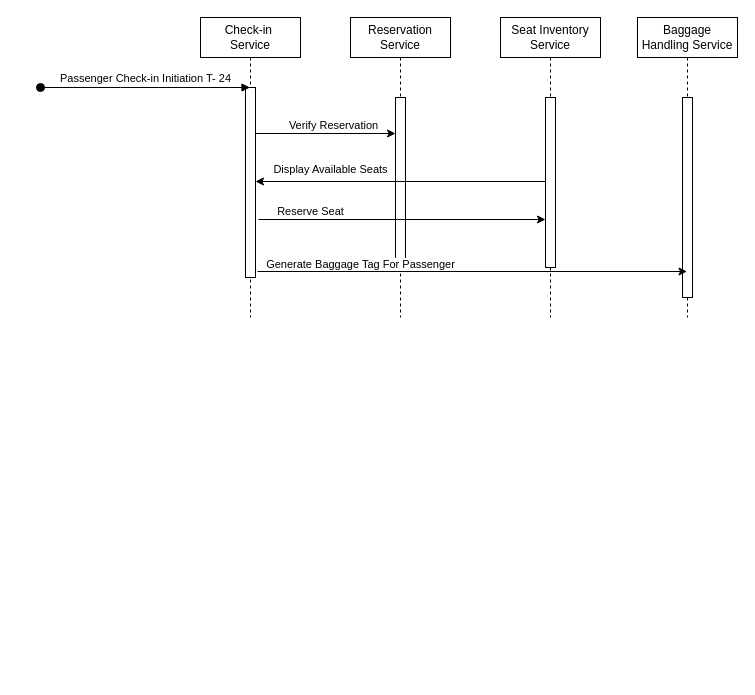
The draw.io diagram Untitled Diagram.drawio in OrcunColak/drawio, before the edit. Source tidied: cells renumbered, new cells numbered last; positions are measured from the earlier drawing's top-left corner, leaving out a move shared by most shapes. Both pictures are drawn from the tidied source at 100%, with x=0, y=0 at pixel (40, 17).
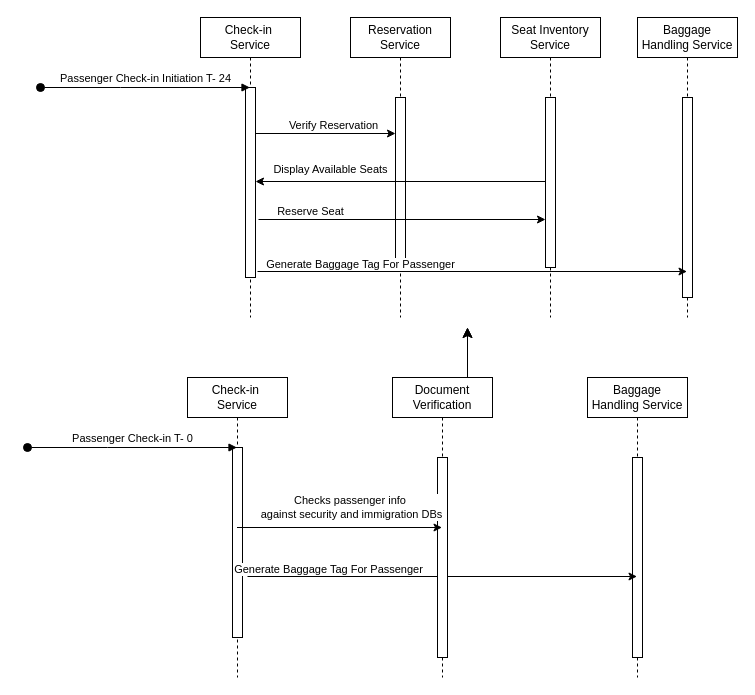
The same page after the edit.

Commit message:
Update Checkin Diagram

Change to the diagram source:
```diff
@@
+    <mxCell id="19" value="Check-in&amp;nbsp;&lt;div&gt;Service&lt;/div&gt;" style="shape=umlLifeline;perimeter=lifelinePerimeter;whiteSpace=wrap;html=1;outlineConnect=0;portConstraint=eastwest;newEdgeStyle={&quot;edgeStyle&quot;:&quot;elbowEdgeStyle&quot;,&quot;elbow&quot;:&quot;vertical&quot;,&quot;curved&quot;:0,&quot;rounded&quot;:0};" parent="1" vertex="1">
+      <mxGeometry x="147" y="360" width="100" height="300" as="geometry" />
+    </mxCell>
+    <mxCell id="20" style="html=1;perimeter=orthogonalPerimeter;targetShapes=umlLifeline;newEdgeStyle={&quot;edgeStyle&quot;:&quot;elbowEdgeStyle&quot;,&quot;elbow&quot;:&quot;vertical&quot;,&quot;curved&quot;:0,&quot;rounded&quot;:0};" parent="19" vertex="1">
+      <mxGeometry x="45" y="70" width="10" height="190" as="geometry" />
+    </mxCell>
+    <mxCell id="21" value="Passenger Check-in T- 0" style="html=1;verticalAlign=bottom;startArrow=oval;endArrow=block;startSize=8;edgeStyle=elbowEdgeStyle;elbow=vertical;curved=0;rounded=0;" parent="19" edge="1" target="19">
+      <mxGeometry relative="1" as="geometry">
+        <mxPoint x="-160" y="70" as="sourcePoint" />
+      </mxGeometry>
+    </mxCell>
+    <mxCell id="22" value="Baggage Handling Service" style="shape=umlLifeline;perimeter=lifelinePerimeter;whiteSpace=wrap;html=1;newEdgeStyle={&quot;edgeStyle&quot;:&quot;elbowEdgeStyle&quot;,&quot;elbow&quot;:&quot;vertical&quot;,&quot;curved&quot;:0,&quot;rounded&quot;:0};" parent="1" vertex="1">
+      <mxGeometry x="547" y="360" width="100" height="300" as="geometry" />
+    </mxCell>
+    <mxCell id="23" style="html=1;perimeter=orthogonalPerimeter;targetShapes=umlLifeline;newEdgeStyle={&quot;edgeStyle&quot;:&quot;elbowEdgeStyle&quot;,&quot;elbow&quot;:&quot;vertical&quot;,&quot;curved&quot;:0,&quot;rounded&quot;:0};" parent="22" vertex="1">
+      <mxGeometry x="45" y="80" width="10" height="200" as="geometry" />
+    </mxCell>
+    <mxCell id="24" style="endArrow=classic;html=1;rounded=0;" parent="1" edge="1">
+      <mxGeometry relative="1" as="geometry">
+        <mxPoint x="207" y="559" as="sourcePoint" />
+        <mxPoint x="596.5" y="559" as="targetPoint" />
+      </mxGeometry>
+    </mxCell>
+    <mxCell id="25" value="Generate Baggage Tag For Passenger" style="edgeLabel;html=1;align=center;verticalAlign=middle;" parent="24" vertex="1">
+      <mxGeometry x="0.1" y="1" relative="1" as="geometry">
+        <mxPoint x="-134" y="-7" as="offset" />
+      </mxGeometry>
+    </mxCell>
+    <mxCell id="26" value="Document Verification" style="shape=umlLifeline;perimeter=lifelinePerimeter;whiteSpace=wrap;html=1;outlineConnect=0;portConstraint=eastwest;newEdgeStyle={&quot;edgeStyle&quot;:&quot;elbowEdgeStyle&quot;,&quot;elbow&quot;:&quot;vertical&quot;,&quot;curved&quot;:0,&quot;rounded&quot;:0};" parent="1" vertex="1">
+      <mxGeometry x="352" y="360" width="100" height="300" as="geometry" />
+    </mxCell>
+    <mxCell id="27" style="html=1;perimeter=orthogonalPerimeter;targetShapes=umlLifeline;newEdgeStyle={&quot;edgeStyle&quot;:&quot;elbowEdgeStyle&quot;,&quot;elbow&quot;:&quot;vertical&quot;,&quot;curved&quot;:0,&quot;rounded&quot;:0};" parent="26" vertex="1">
+      <mxGeometry x="45" y="80" width="10" height="200" as="geometry" />
+    </mxCell>
+    <mxCell id="28" style="endArrow=classic;html=1;rounded=0;" parent="1" edge="1" source="19" target="26">
+      <mxGeometry relative="1" as="geometry" />
+    </mxCell>
+    <mxCell id="29" value="Checks passenger info&amp;nbsp;&lt;div&gt;against security and immigration DBs&lt;/div&gt;" style="edgeLabel;html=1;align=center;verticalAlign=middle;" parent="28" vertex="1">
+      <mxGeometry x="0.11" y="-1" relative="1" as="geometry">
+        <mxPoint y="-22" as="offset" />
+      </mxGeometry>
+    </mxCell>
+    <mxCell id="30" style="edgeStyle=segmentEdgeStyle;endArrow=classic;html=1;curved=0;rounded=0;endSize=8;startSize=8;" parent="1" edge="1">
+      <mxGeometry relative="1" as="geometry">
+        <mxPoint x="377" y="360" as="sourcePoint" />
+        <mxPoint x="427" y="310" as="targetPoint" />
+      </mxGeometry>
+    </mxCell>
+    <mxCell id="31" style="edgeStyle=segmentEdgeStyle;endArrow=classic;html=1;curved=0;rounded=0;endSize=8;startSize=8;" parent="1" edge="1">
+      <mxGeometry relative="1" as="geometry">
+        <mxPoint x="377" y="360" as="sourcePoint" />
+        <mxPoint x="427" y="310" as="targetPoint" />
+      </mxGeometry>
+    </mxCell>
```
